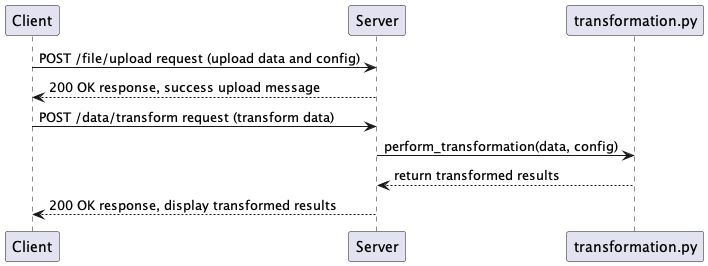
Earlier version of the PlantUML export docs/sequence.png (pdrogos02/crisp-take-home).
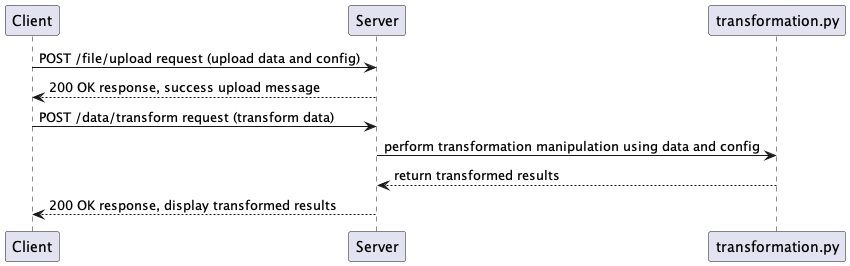
Above is the later version.

What changed in the source:
```diff
@@ -2,7 +2,7 @@
 Client -> Server: POST /file/upload request (upload data and config)
 Server --> Client: 200 OK response, success upload message
 Client -> Server: POST /data/transform request (transform data)
-Server -> "transformation.py": perform_transformation(data, config)
+Server -> "transformation.py": perform transformation manipulation using data and config
 "transformation.py" --> Server: return transformed results
 Server --> Client: 200 OK response, display transformed results
 @enduml
```
